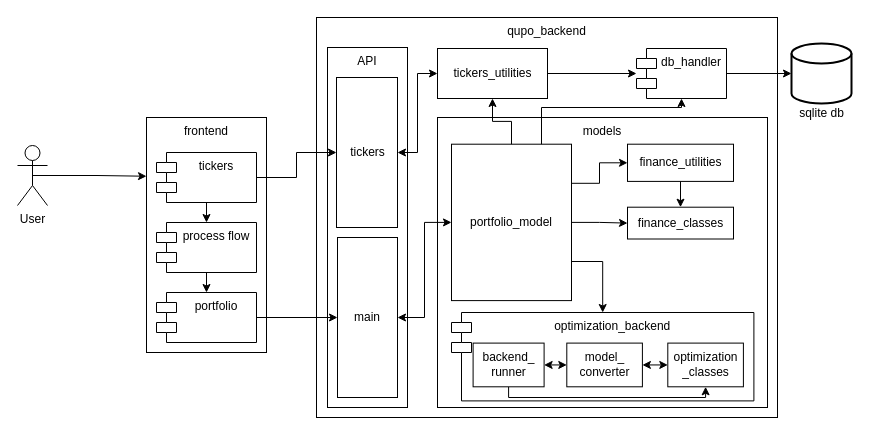
Earlier version of the draw.io diagram docs/arch/component_arch.drawio (openkfw/qupo). Source tidied: cells renumbered, new cells numbered last; positions are measured from the earlier drawing's top-left corner, leaving out a move shared by most shapes. Both pictures are drawn from the tidied source at 100%, with x=0, y=0 at pixel (17, 17).
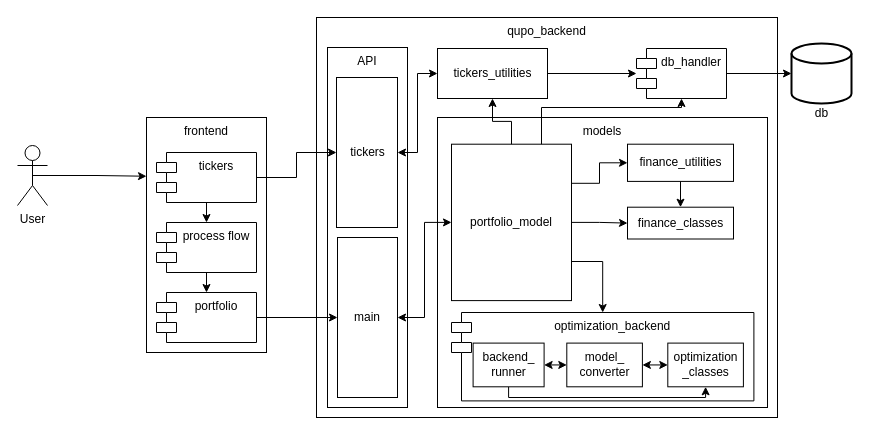
After the change.

Commit message (it also covers changes not shown here):
Add simple technology architecture diagram to docs/arch

Unchanged cells that the change refers to:
```xml
<mxCell id="6" style="group;" parent="1" vertex="1">
  <mxGeometry x="769" y="26" width="70" height="85" as="geometry" />
</mxCell>
```

The edit, as a diff of the source:
```diff
@@
-    <mxCell id="8" value="sqlite db" style="text;html=1;align=center;verticalAlign=middle;strokeColor=none;fillColor=none;" parent="6" vertex="1">
-      <mxGeometry y="55" width="70" height="30" as="geometry" />
+    <mxCell id="8" value="db" style="text;html=1;align=center;verticalAlign=middle;strokeColor=none;fillColor=none;" parent="6" vertex="1">
+      <mxGeometry x="15" y="55" width="40" height="30" as="geometry" />
     </mxCell>
```
